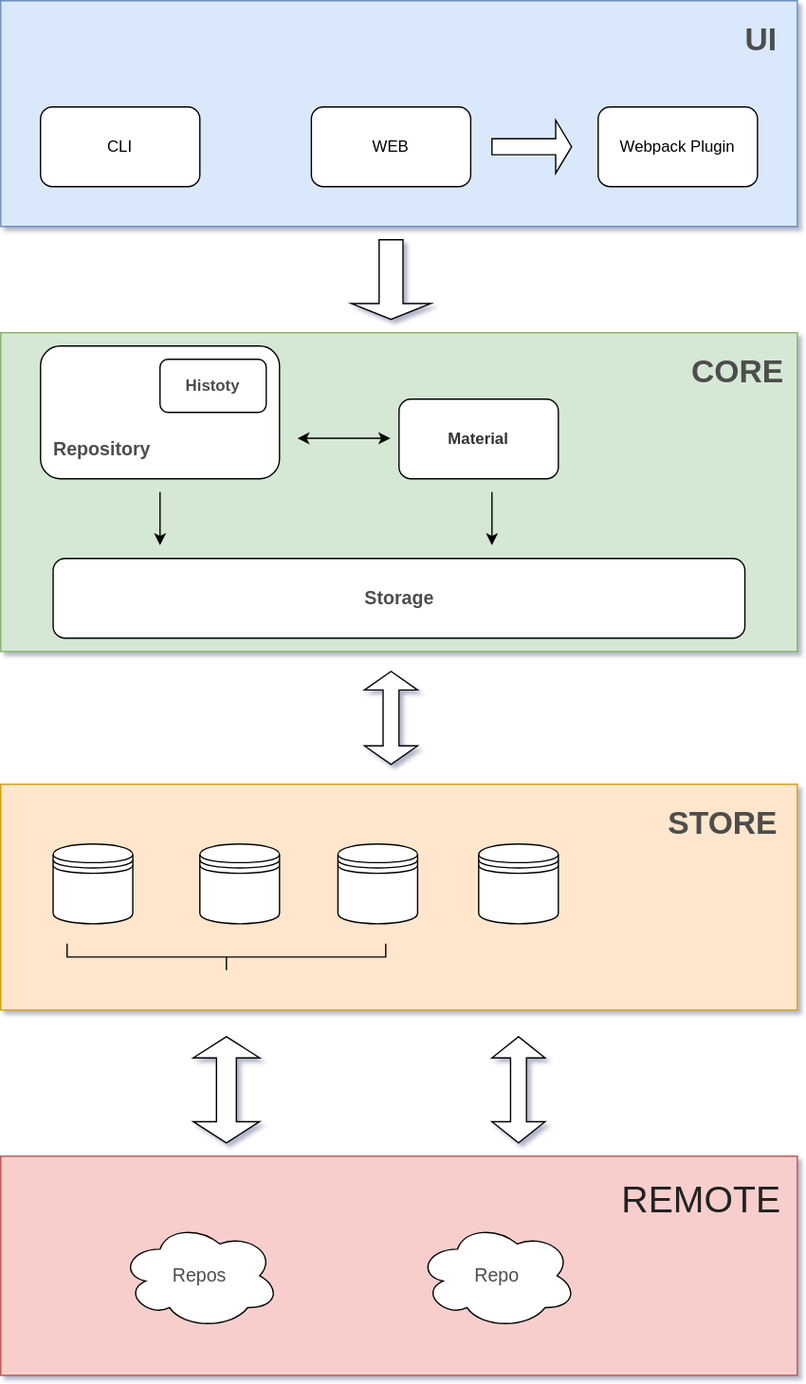
Above: group.svg in Tone/code-sharer (draw.io), before the change. Source tidied: cells renumbered, new cells last; positions are measured from the earlier drawing's top-left corner, leaving out a move shared by most shapes.
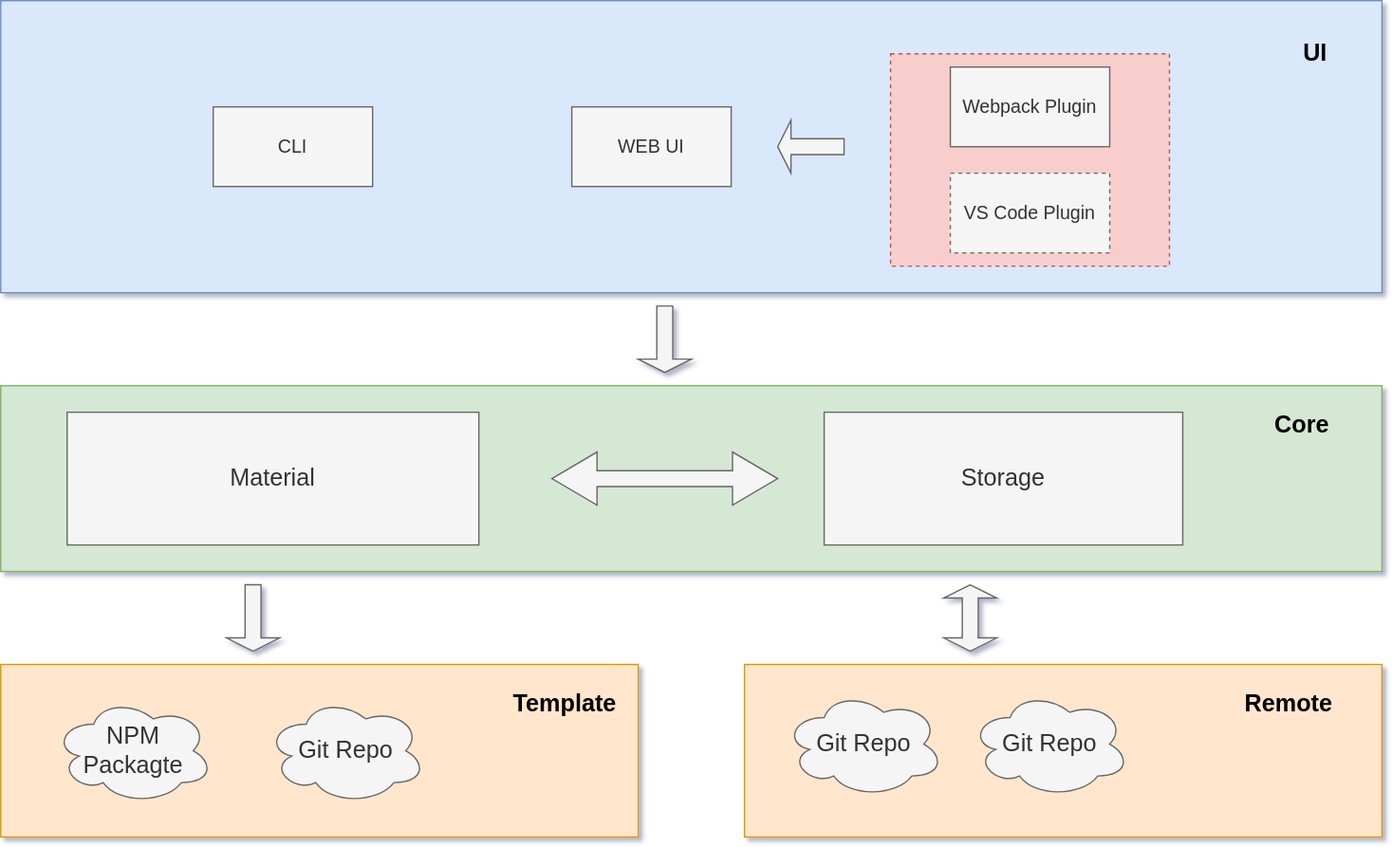
The same diagram one commit later.

The edit, as a diff of the source:
```diff
@@ -2,104 +2,77 @@
   <root>
     <mxCell id="0" />
     <mxCell id="1" parent="0" />
-    <mxCell id="2" style="whiteSpace=wrap;html=1;fillColor=#d5e8d4;strokeColor=#82b366;" parent="1" vertex="1">
-      <mxGeometry y="250" width="600" height="240" as="geometry" />
-    </mxCell>
-    <mxCell id="3" value="Repository" style="whiteSpace=wrap;html=1;verticalAlign=bottom;align=left;spacingLeft=8;spacingBottom=11;fontSize=14;fontStyle=1;fontColor=#4D4D4D;rounded=1;" parent="1" vertex="1">
-      <mxGeometry x="30" y="260" width="180" height="100" as="geometry" />
-    </mxCell>
+    <mxCell id="32" style="whiteSpace=wrap;html=1;fillColor=#dae8fc;strokeColor=#6c8ebf;" parent="1" vertex="1">
+      <mxGeometry x="-60" y="20" width="1040" height="220" as="geometry" />
+    </mxCell>
+    <mxCell id="33" style="whiteSpace=wrap;html=1;fillColor=#d5e8d4;strokeColor=#82b366;" parent="1" vertex="1">
+      <mxGeometry x="-60" y="310" width="1040" height="140" as="geometry" />
+    </mxCell>
+    <mxCell id="34" style="whiteSpace=wrap;html=1;fillColor=#ffe6cc;strokeColor=#d79b00;" parent="1" vertex="1">
+      <mxGeometry x="-60" y="520" width="480" height="130" as="geometry" />
+    </mxCell>
+    <mxCell id="11" value="CLI" style="whiteSpace=wrap;html=1;fillColor=#f5f5f5;strokeColor=#666666;fontColor=#333333;fontSize=14;" parent="1" vertex="1">
+      <mxGeometry x="100" y="100" width="120" height="60" as="geometry" />
+    </mxCell>
+    <mxCell id="35" value="WEB UI" style="whiteSpace=wrap;html=1;fillColor=#f5f5f5;strokeColor=#666666;fontColor=#333333;fontSize=14;" parent="1" vertex="1">
+      <mxGeometry x="370" y="100" width="120" height="60" as="geometry" />
+    </mxCell>
+    <mxCell id="14" value="UI&lt;br style=&quot;font-size: 18px;&quot;&gt;" style="text;html=1;strokeColor=none;fillColor=none;align=center;verticalAlign=middle;whiteSpace=wrap;fontColor=#000000;labelBorderColor=none;fontStyle=1;fontSize=18;" parent="1" vertex="1">
+      <mxGeometry x="910" y="50" width="40" height="20" as="geometry" />
+    </mxCell>
+    <mxCell id="5" value="Storage" style="whiteSpace=wrap;html=1;fontSize=18;fontColor=#333333;fillColor=#f5f5f5;strokeColor=#666666;" parent="1" vertex="1">
+      <mxGeometry x="560" y="330" width="270" height="100" as="geometry" />
+    </mxCell>
+    <mxCell id="36" style="whiteSpace=wrap;html=1;fillColor=#ffe6cc;strokeColor=#d79b00;" parent="1" vertex="1">
+      <mxGeometry x="500" y="520" width="480" height="130" as="geometry" />
+    </mxCell>
+    <mxCell id="37" value="Template" style="text;html=1;strokeColor=none;fillColor=none;align=center;verticalAlign=middle;whiteSpace=wrap;fontSize=18;fontColor=#000000;fontStyle=1;" parent="1" vertex="1">
+      <mxGeometry x="340" y="530" width="50" height="40" as="geometry" />
+    </mxCell>
+    <mxCell id="38" value="&lt;span style=&quot;color: rgb(51 , 51 , 51)&quot;&gt;NPM Packagte&lt;/span&gt;" style="ellipse;shape=cloud;whiteSpace=wrap;html=1;fontSize=18;fontColor=#333333;fillColor=#f5f5f5;strokeColor=#666666;" parent="1" vertex="1">
+      <mxGeometry x="-20" y="545" width="120" height="80" as="geometry" />
+    </mxCell>
+    <mxCell id="39" value="&lt;span style=&quot;color: rgb(51 , 51 , 51)&quot;&gt;Git Repo&lt;/span&gt;" style="ellipse;shape=cloud;whiteSpace=wrap;html=1;fontSize=18;fontColor=#333333;fillColor=#f5f5f5;strokeColor=#666666;" parent="1" vertex="1">
+      <mxGeometry x="140" y="545" width="120" height="80" as="geometry" />
+    </mxCell>
+    <mxCell id="40" value="&lt;span style=&quot;color: rgb(51 , 51 , 51)&quot;&gt;Git Repo&lt;/span&gt;" style="ellipse;shape=cloud;whiteSpace=wrap;html=1;fontSize=18;fontColor=#333333;fillColor=#f5f5f5;strokeColor=#666666;" parent="1" vertex="1">
+      <mxGeometry x="530" y="540" width="120" height="80" as="geometry" />
+    </mxCell>
+    <mxCell id="41" value="&lt;span style=&quot;color: rgb(51 , 51 , 51)&quot;&gt;Git Repo&lt;/span&gt;" style="ellipse;shape=cloud;whiteSpace=wrap;html=1;fontSize=18;fontColor=#333333;fillColor=#f5f5f5;strokeColor=#666666;" parent="1" vertex="1">
+      <mxGeometry x="670" y="540" width="120" height="80" as="geometry" />
+    </mxCell>
+    <mxCell id="42" value="Remote" style="text;html=1;strokeColor=none;fillColor=none;align=center;verticalAlign=middle;whiteSpace=wrap;fontSize=18;fontColor=#000000;fontStyle=1;" parent="1" vertex="1">
+      <mxGeometry x="890" y="540" width="40" height="20" as="geometry" />
+    </mxCell>
+    <mxCell id="43" style="shape=singleArrow;direction=south;whiteSpace=wrap;html=1;fontSize=18;fontColor=#333333;fillColor=#f5f5f5;strokeColor=#666666;" parent="1" vertex="1">
+      <mxGeometry x="420" y="250" width="40" height="50" as="geometry" />
+    </mxCell>
+    <mxCell id="44" style="shape=doubleArrow;direction=south;whiteSpace=wrap;html=1;fontSize=18;fontColor=#333333;fillColor=#f5f5f5;strokeColor=#666666;" parent="1" vertex="1">
+      <mxGeometry x="650" y="460" width="40" height="50" as="geometry" />
+    </mxCell>
-    <mxCell id="4" value="Material" style="whiteSpace=wrap;html=1;fontStyle=1;fontColor=#333333;rounded=1;" parent="1" vertex="1">
-      <mxGeometry x="300" y="300" width="120" height="60" as="geometry" />
+    <mxCell id="4" value="Material" style="whiteSpace=wrap;html=1;fontSize=18;fontColor=#333333;fillColor=#f5f5f5;strokeColor=#666666;" parent="1" vertex="1">
+      <mxGeometry x="-10" y="330" width="310" height="100" as="geometry" />
     </mxCell>
-    <mxCell id="5" value="&lt;font style=&quot;font-size: 14px;&quot;&gt;&lt;b style=&quot;font-size: 14px;&quot;&gt;Storage&lt;/b&gt;&lt;/font&gt;" style="whiteSpace=wrap;html=1;fontSize=14;fontColor=#4D4D4D;rounded=1;glass=0;" parent="1" vertex="1">
-      <mxGeometry x="39.5" y="420" width="521" height="60" as="geometry" />
-    </mxCell>
-    <mxCell id="6" style="whiteSpace=wrap;html=1;fillColor=#f8cecc;strokeColor=#b85450;" parent="1" vertex="1">
-      <mxGeometry y="870" width="600" height="165" as="geometry" />
-    </mxCell>
-    <mxCell id="7" value="Repos" style="ellipse;shape=cloud;whiteSpace=wrap;html=1;fontSize=14;fontColor=#4D4D4D;" parent="1" vertex="1">
-      <mxGeometry x="90" y="920" width="120" height="80" as="geometry" />
-    </mxCell>
-    <mxCell id="8" style="whiteSpace=wrap;html=1;fillColor=#ffe6cc;strokeColor=#d79b00;" parent="1" vertex="1">
-      <mxGeometry y="590" width="600" height="170" as="geometry" />
-    </mxCell>
-    <mxCell id="9" style="shape=datastore;whiteSpace=wrap;html=1;" parent="1" vertex="1">
-      <mxGeometry x="39.5" y="635" width="60" height="60" as="geometry" />
-    </mxCell>
-    <mxCell id="10" style="verticalLabelPosition=bottom;verticalAlign=top;html=1;shape=mxgraph.basic.rect;fillColor2=none;strokeWidth=1;size=20;indent=5;fillColor=#dae8fc;strokeColor=#6c8ebf;" parent="1" vertex="1">
-      <mxGeometry width="600" height="170" as="geometry" />
-    </mxCell>
-    <mxCell id="11" value="CLI" style="whiteSpace=wrap;html=1;rounded=1;" parent="1" vertex="1">
-      <mxGeometry x="30" y="80" width="120" height="60" as="geometry" />
-    </mxCell>
-    <mxCell id="12" value="WEB" style="whiteSpace=wrap;html=1;rounded=1;" parent="1" vertex="1">
-      <mxGeometry x="234" y="80" width="120" height="60" as="geometry" />
-    </mxCell>
+    <mxCell id="45" value="&lt;b&gt;Core&lt;/b&gt;" style="text;html=1;strokeColor=none;fillColor=none;align=center;verticalAlign=middle;whiteSpace=wrap;fontSize=18;fontColor=#000000;" parent="1" vertex="1">
+      <mxGeometry x="900" y="330" width="40" height="20" as="geometry" />
+    </mxCell>
+    <mxCell id="46" style="shape=doubleArrow;whiteSpace=wrap;html=1;fontSize=18;fontColor=#333333;fillColor=#f5f5f5;strokeColor=#666666;" parent="1" vertex="1">
+      <mxGeometry x="355" y="360" width="170" height="40" as="geometry" />
+    </mxCell>
+    <mxCell id="47" style="shape=singleArrow;direction=south;whiteSpace=wrap;html=1;fontSize=18;fontColor=#333333;fillColor=#f5f5f5;strokeColor=#666666;" parent="1" vertex="1">
+      <mxGeometry x="110" y="460" width="40" height="50" as="geometry" />
+    </mxCell>
+    <mxCell id="48" style="whiteSpace=wrap;html=1;dashed=1;fontSize=14;fillColor=#f8cecc;strokeColor=#b85450;" parent="1" vertex="1">
+      <mxGeometry x="610" y="60" width="210" height="160" as="geometry" />
+    </mxCell>
+    <mxCell id="49" value="VS Code Plugin" style="whiteSpace=wrap;html=1;fontSize=14;fontColor=#333333;fillColor=#f5f5f5;strokeColor=#666666;dashed=1;" parent="1" vertex="1">
+      <mxGeometry x="655" y="150" width="120" height="60" as="geometry" />
+    </mxCell>
-    <mxCell id="13" value="Webpack Plugin" style="whiteSpace=wrap;html=1;rounded=1;" parent="1" vertex="1">
-      <mxGeometry x="450" y="80" width="120" height="60" as="geometry" />
+    <mxCell id="13" value="Webpack Plugin" style="whiteSpace=wrap;html=1;fillColor=#f5f5f5;strokeColor=#666666;fontColor=#333333;fontSize=14;" parent="1" vertex="1">
+      <mxGeometry x="655" y="70" width="120" height="60" as="geometry" />
     </mxCell>
-    <mxCell id="14" value="&lt;h1&gt;&lt;font color=&quot;#4d4d4d&quot;&gt;UI&lt;/font&gt;&lt;/h1&gt;" style="text;html=1;strokeColor=none;fillColor=none;spacing=5;spacingTop=-20;whiteSpace=wrap;overflow=hidden;align=right;" parent="1" vertex="1">
-      <mxGeometry x="500" y="10" width="90" height="40" as="geometry" />
-    </mxCell>
-    <mxCell id="15" value="&lt;h1&gt;&lt;font color=&quot;#4d4d4d&quot;&gt;CORE&lt;/font&gt;&lt;/h1&gt;" style="text;html=1;strokeColor=none;fillColor=none;spacing=5;spacingTop=-20;whiteSpace=wrap;overflow=hidden;align=right;" parent="1" vertex="1">
-      <mxGeometry x="505" y="260" width="90" height="40" as="geometry" />
-    </mxCell>
-    <mxCell id="16" value="&lt;h1&gt;&lt;font color=&quot;#4d4d4d&quot;&gt;STORE&lt;/font&gt;&lt;/h1&gt;" style="text;html=1;strokeColor=none;fillColor=none;spacing=5;spacingTop=-20;whiteSpace=wrap;overflow=hidden;align=right;" parent="1" vertex="1">
-      <mxGeometry x="500" y="600" width="90" height="40" as="geometry" />
-    </mxCell>
-    <mxCell id="17" value="&lt;h1&gt;&lt;pre class=&quot;tw-data-text tw-text-large XcVN5d tw-ta&quot; id=&quot;tw-target-text&quot; dir=&quot;ltr&quot; style=&quot;font-size: 28px ; line-height: 36px ; border: none ; padding: 2px 0.14em 2px 0px ; position: relative ; margin-top: -2px ; margin-bottom: -2px ; resize: none ; font-family: inherit ; overflow: hidden ; text-align: left ; width: 277px ; overflow-wrap: break-word ; color: rgb(34 , 34 , 34) ; font-weight: 400&quot;&gt;&lt;span lang=&quot;en&quot;&gt;REMOTE&lt;/span&gt;&lt;/pre&gt;&lt;/h1&gt;" style="text;html=1;strokeColor=none;fillColor=none;spacing=5;spacingTop=-20;whiteSpace=wrap;overflow=hidden;align=right;" parent="1" vertex="1">
-      <mxGeometry x="465" y="880" width="130" height="40" as="geometry" />
-    </mxCell>
-    <mxCell id="18" style="shape=singleArrow;direction=south;whiteSpace=wrap;html=1;align=right;" parent="1" vertex="1">
-      <mxGeometry x="264" y="180" width="60" height="60" as="geometry" />
-    </mxCell>
-    <mxCell id="19" style="shape=singleArrow;whiteSpace=wrap;html=1;align=right;" parent="1" vertex="1">
-      <mxGeometry x="370" y="90" width="60" height="40" as="geometry" />
-    </mxCell>
-    <mxCell id="20" style="shape=doubleArrow;direction=south;whiteSpace=wrap;html=1;align=right;" parent="1" vertex="1">
-      <mxGeometry x="274" y="505" width="40" height="70" as="geometry" />
-    </mxCell>
-    <mxCell id="21" value="&lt;b&gt;Histoty&lt;/b&gt;" style="whiteSpace=wrap;html=1;align=center;fontColor=#4D4D4D;rounded=1;" parent="1" vertex="1">
-      <mxGeometry x="120" y="270" width="80" height="40" as="geometry" />
-    </mxCell>
-    <mxCell id="22" style="endArrow=classic;html=1;fontSize=14;fontColor=#4D4D4D;" parent="1" edge="1">
-      <mxGeometry relative="1" as="geometry">
-        <mxPoint x="370" y="370" as="sourcePoint" />
-        <mxPoint x="370" y="410" as="targetPoint" />
-      </mxGeometry>
-    </mxCell>
-    <mxCell id="23" style="endArrow=classic;html=1;fontSize=14;fontColor=#4D4D4D;" parent="1" edge="1">
-      <mxGeometry relative="1" as="geometry">
-        <mxPoint x="120" y="370" as="sourcePoint" />
-        <mxPoint x="120" y="410" as="targetPoint" />
-      </mxGeometry>
-    </mxCell>
-    <mxCell id="24" style="endArrow=classic;startArrow=classic;html=1;fontSize=14;fontColor=#4D4D4D;" parent="1" edge="1">
-      <mxGeometry relative="1" as="geometry">
-        <mxPoint x="223.5" y="329.5" as="sourcePoint" />
-        <mxPoint x="293.5" y="329.5" as="targetPoint" />
-      </mxGeometry>
-    </mxCell>
-    <mxCell id="25" style="shape=datastore;whiteSpace=wrap;html=1;" parent="1" vertex="1">
-      <mxGeometry x="150" y="635" width="60" height="60" as="geometry" />
-    </mxCell>
-    <mxCell id="26" style="shape=datastore;whiteSpace=wrap;html=1;" parent="1" vertex="1">
-      <mxGeometry x="254" y="635" width="60" height="60" as="geometry" />
-    </mxCell>
-    <mxCell id="27" value="Repo" style="ellipse;shape=cloud;whiteSpace=wrap;html=1;fontSize=14;fontColor=#4D4D4D;" parent="1" vertex="1">
-      <mxGeometry x="314" y="920" width="120" height="80" as="geometry" />
-    </mxCell>
-    <mxCell id="28" style="shape=curlyBracket;whiteSpace=wrap;html=1;fontSize=14;fontColor=#4D4D4D;align=left;rotation=-90;" parent="1" vertex="1">
-      <mxGeometry x="160" y="600" width="20" height="240" as="geometry" />
-    </mxCell>
-    <mxCell id="29" style="shape=datastore;whiteSpace=wrap;html=1;" parent="1" vertex="1">
-      <mxGeometry x="360" y="635" width="60" height="60" as="geometry" />
-    </mxCell>
-    <mxCell id="30" style="shape=doubleArrow;direction=south;whiteSpace=wrap;html=1;fontSize=14;fontColor=#4D4D4D;align=left;" parent="1" vertex="1">
-      <mxGeometry x="145" y="780" width="50" height="80" as="geometry" />
-    </mxCell>
-    <mxCell id="31" style="shape=doubleArrow;direction=south;whiteSpace=wrap;html=1;fontSize=14;fontColor=#4D4D4D;align=left;" parent="1" vertex="1">
-      <mxGeometry x="370" y="780" width="40" height="80" as="geometry" />
-    </mxCell>
+    <mxCell id="50" style="shape=singleArrow;direction=west;whiteSpace=wrap;html=1;fontSize=18;fontColor=#333333;fillColor=#f5f5f5;strokeColor=#666666;" parent="1" vertex="1">
+      <mxGeometry x="525" y="110" width="50" height="40" as="geometry" />
+    </mxCell>
   </root>
 </mxGraphModel>
```
